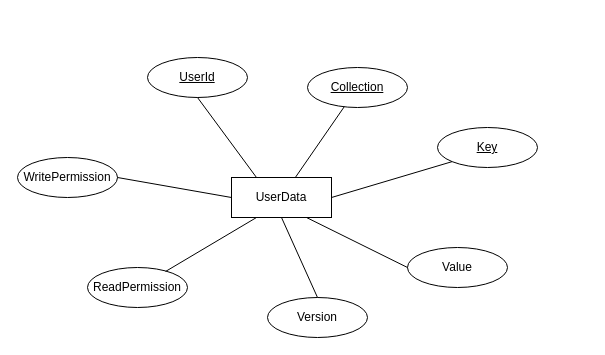
Earlier version of the draw.io diagram save_data.drawio (yaohuiwu/SimpleFS). Source tidied: cells renumbered, new cells numbered last; positions are measured from the earlier drawing's top-left corner, leaving out a move shared by most shapes. Both pictures are drawn from the tidied source at 100%, with x=0, y=0 at pixel (17, 57).
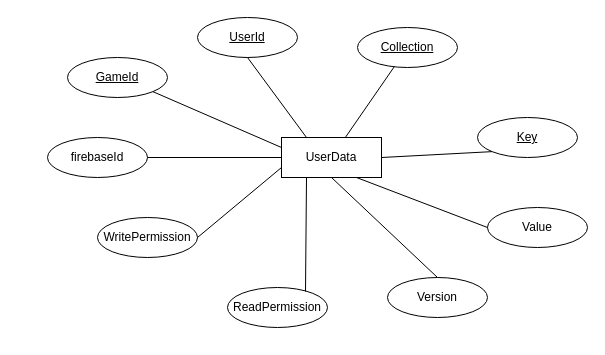
After the change.

Change to the diagram source:
```diff
@@
     <mxCell id="2" value="UserData" style="whiteSpace=wrap;html=1;align=center;" parent="1" vertex="1">
-      <mxGeometry x="214" y="120" width="100" height="40" as="geometry" />
+      <mxGeometry x="264" y="80" width="100" height="40" as="geometry" />
     </mxCell>
     <mxCell id="3" value="UserId" style="ellipse;whiteSpace=wrap;html=1;align=center;fontStyle=4;" parent="1" vertex="1">
-      <mxGeometry x="130" width="100" height="40" as="geometry" />
+      <mxGeometry x="180" y="-40" width="100" height="40" as="geometry" />
     </mxCell>
     <mxCell id="4" value="Collection" style="ellipse;whiteSpace=wrap;html=1;align=center;fontStyle=4;" parent="1" vertex="1">
-      <mxGeometry x="290" y="10" width="100" height="40" as="geometry" />
+      <mxGeometry x="340" y="-30" width="100" height="40" as="geometry" />
     </mxCell>
     <mxCell id="5" value="Key" style="ellipse;whiteSpace=wrap;html=1;align=center;fontStyle=4;" parent="1" vertex="1">
-      <mxGeometry x="420" y="70" width="100" height="40" as="geometry" />
+      <mxGeometry x="460" y="60" width="100" height="40" as="geometry" />
     </mxCell>
     <mxCell id="6" value="Value" style="ellipse;whiteSpace=wrap;html=1;align=center;" parent="1" vertex="1">
-      <mxGeometry x="390" y="190" width="100" height="40" as="geometry" />
+      <mxGeometry x="470" y="150" width="100" height="40" as="geometry" />
     </mxCell>
     <mxCell id="7" value="Version" style="ellipse;whiteSpace=wrap;html=1;align=center;" parent="1" vertex="1">
-      <mxGeometry x="250" y="240" width="100" height="40" as="geometry" />
+      <mxGeometry x="370" y="220" width="100" height="40" as="geometry" />
     </mxCell>
     <mxCell id="8" value="ReadPermission" style="ellipse;whiteSpace=wrap;html=1;align=center;" parent="1" vertex="1">
-      <mxGeometry x="70" y="210" width="100" height="40" as="geometry" />
+      <mxGeometry x="210" y="230" width="100" height="40" as="geometry" />
     </mxCell>
     <mxCell id="9" value="WritePermission" style="ellipse;whiteSpace=wrap;html=1;align=center;" parent="1" vertex="1">
-      <mxGeometry y="100" width="100" height="40" as="geometry" />
+      <mxGeometry x="80" y="160" width="100" height="40" as="geometry" />
     </mxCell>
@@
-    <mxCell id="16" style="endArrow=none;html=1;rounded=0;exitX=0;exitY=0.5;exitDx=0;exitDy=0;entryX=1;entryY=0.5;entryDx=0;entryDy=0;" parent="1" edge="1" source="2" target="9">
+    <mxCell id="16" style="endArrow=none;html=1;rounded=0;exitX=0;exitY=0.75;exitDx=0;exitDy=0;entryX=1;entryY=0.5;entryDx=0;entryDy=0;" parent="1" edge="1" source="2" target="9">
       <mxGeometry relative="1" as="geometry" />
     </mxCell>
+    <mxCell id="17" value="GameId" style="ellipse;whiteSpace=wrap;html=1;align=center;fontStyle=4;" parent="1" vertex="1">
+      <mxGeometry x="50" width="100" height="40" as="geometry" />
+    </mxCell>
+    <mxCell id="18" style="endArrow=none;html=1;rounded=0;exitX=1;exitY=1;exitDx=0;exitDy=0;entryX=0;entryY=0.25;entryDx=0;entryDy=0;" parent="1" edge="1" source="17" target="2">
+      <mxGeometry relative="1" as="geometry" />
+    </mxCell>
+    <mxCell id="19" value="firebaseId" style="ellipse;whiteSpace=wrap;html=1;align=center;" parent="1" vertex="1">
+      <mxGeometry x="30" y="80" width="100" height="40" as="geometry" />
+    </mxCell>
+    <mxCell id="20" style="endArrow=none;html=1;rounded=0;exitX=1;exitY=0.5;exitDx=0;exitDy=0;entryX=0;entryY=0.5;entryDx=0;entryDy=0;" parent="1" edge="1" source="19" target="2">
+      <mxGeometry relative="1" as="geometry" />
+    </mxCell>
```
